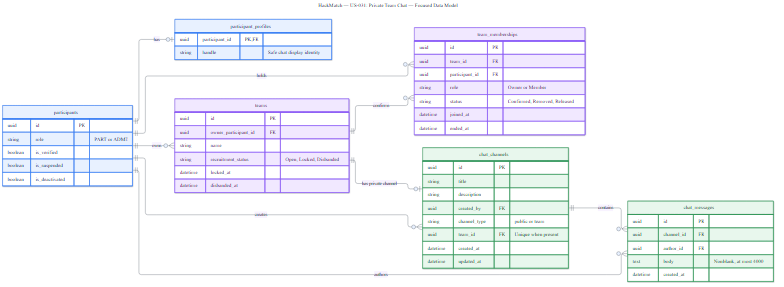
Earlier version of the Mermaid export docs/diagrams/US-031/US-031-team-chat-data-model.png (comp313-g1/HackMatch). Its source is kept beside it as docs/diagrams/US-031/US-031-team-chat-data-model.mmd.
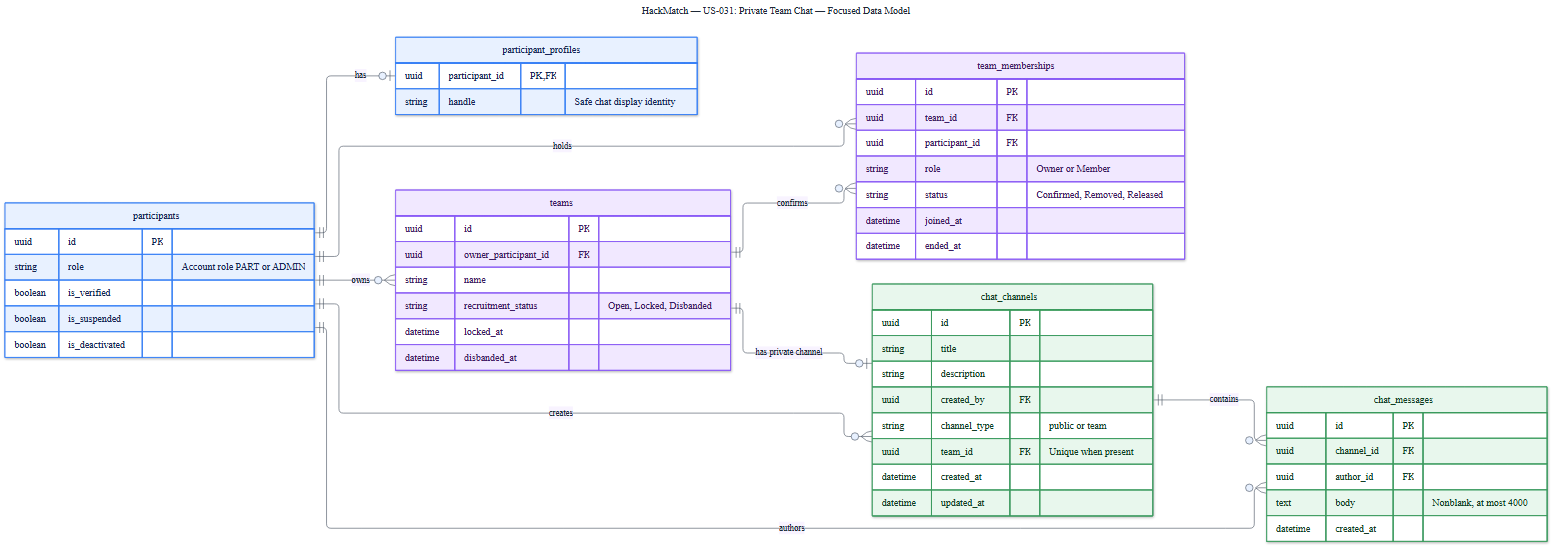
The same file after the commit.

Diff of the diagram source:
```diff
@@ -16,7 +16,7 @@
 
     PARTICIPANTS["participants"] {
         uuid id PK
-        string role "PART or ADMIN"
+        string role "Account role PART or ADMIN"
         boolean is_verified
         boolean is_suspended
         boolean is_deactivated
```
